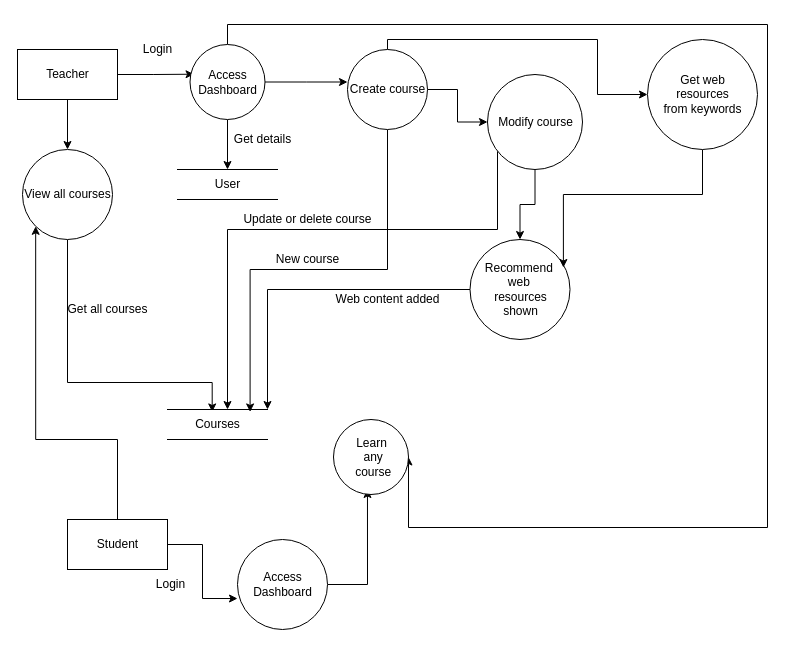
This is 2nd-level-dfds.drawio from Amruta789/Online-Educational-Resources-Recommender, a draw.io file, before an edit. Source tidied: cells renumbered, new cells numbered last; positions are measured from the earlier drawing's top-left corner, leaving out a move shared by most shapes. Both pictures are drawn from the tidied source at 100%, with x=0, y=0 at pixel (17, 24).
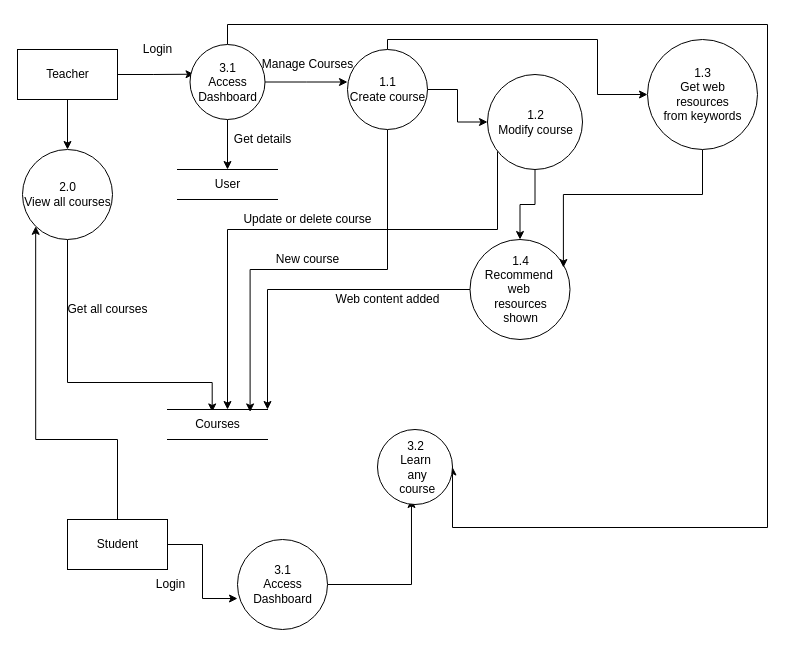
The same page after the edit.

The edit, as a diff of the source:
```diff
@@
-    <mxCell id="8" value="Access&lt;br&gt;Dashboard" style="shape=ellipse;html=1;dashed=0;whitespace=wrap;perimeter=ellipsePerimeter;" parent="1" vertex="1">
+    <mxCell id="8" value="3.1&lt;br&gt;Access&lt;br&gt;Dashboard" style="shape=ellipse;html=1;dashed=0;whitespace=wrap;perimeter=ellipsePerimeter;" parent="1" vertex="1">
       <mxGeometry x="172.5" y="20" width="75" height="75" as="geometry" />
     </mxCell>
@@
-    <mxCell id="13" value="View all courses" style="shape=ellipse;html=1;dashed=0;whitespace=wrap;perimeter=ellipsePerimeter;" parent="1" vertex="1">
+    <mxCell id="13" value="2.0&lt;br&gt;View all courses" style="shape=ellipse;html=1;dashed=0;whitespace=wrap;perimeter=ellipsePerimeter;" parent="1" vertex="1">
       <mxGeometry x="5" y="125" width="90" height="90" as="geometry" />
     </mxCell>
@@
-    <mxCell id="19" value="Create course" style="shape=ellipse;html=1;dashed=0;whitespace=wrap;perimeter=ellipsePerimeter;" parent="1" vertex="1">
+    <mxCell id="19" value="1.1&lt;br&gt;Create course" style="shape=ellipse;html=1;dashed=0;whitespace=wrap;perimeter=ellipsePerimeter;" parent="1" vertex="1">
       <mxGeometry x="330" y="25" width="80" height="80" as="geometry" />
     </mxCell>
@@
-    <mxCell id="22" value="Modify course" style="shape=ellipse;html=1;dashed=0;whitespace=wrap;perimeter=ellipsePerimeter;" parent="1" vertex="1">
+    <mxCell id="22" value="1.2&lt;br&gt;Modify course" style="shape=ellipse;html=1;dashed=0;whitespace=wrap;perimeter=ellipsePerimeter;" parent="1" vertex="1">
       <mxGeometry x="470" y="50" width="95" height="95" as="geometry" />
     </mxCell>
@@
-    <mxCell id="24" value="Recommend&amp;nbsp;&lt;br&gt;web&amp;nbsp;&lt;br&gt;resources&lt;br&gt;shown" style="shape=ellipse;html=1;dashed=0;whitespace=wrap;perimeter=ellipsePerimeter;" parent="1" vertex="1">
+    <mxCell id="24" value="1.4&lt;br&gt;Recommend&amp;nbsp;&lt;br&gt;web&amp;nbsp;&lt;br&gt;resources&lt;br&gt;shown" style="shape=ellipse;html=1;dashed=0;whitespace=wrap;perimeter=ellipsePerimeter;" parent="1" vertex="1">
       <mxGeometry x="452.5" y="215" width="100" height="100" as="geometry" />
     </mxCell>
@@
-    <mxCell id="26" value="Get web&lt;br&gt;resources&lt;br&gt;from keywords" style="shape=ellipse;html=1;dashed=0;whitespace=wrap;perimeter=ellipsePerimeter;" parent="1" vertex="1">
+    <mxCell id="26" value="1.3&lt;br&gt;Get web&lt;br&gt;resources&lt;br&gt;from keywords" style="shape=ellipse;html=1;dashed=0;whitespace=wrap;perimeter=ellipsePerimeter;" parent="1" vertex="1">
       <mxGeometry x="630" y="15" width="110" height="110" as="geometry" />
     </mxCell>
@@
-    <mxCell id="34" value="Access&lt;br&gt;Dashboard" style="shape=ellipse;html=1;dashed=0;whitespace=wrap;perimeter=ellipsePerimeter;" parent="1" vertex="1">
+    <mxCell id="34" value="3.1&lt;br&gt;Access&lt;br&gt;Dashboard" style="shape=ellipse;html=1;dashed=0;whitespace=wrap;perimeter=ellipsePerimeter;" parent="1" vertex="1">
       <mxGeometry x="220" y="515" width="90" height="90" as="geometry" />
     </mxCell>
-    <mxCell id="35" value="Learn&lt;br&gt;&amp;nbsp;any&lt;br&gt;&amp;nbsp;course" style="shape=ellipse;html=1;dashed=0;whitespace=wrap;perimeter=ellipsePerimeter;" parent="1" vertex="1">
-      <mxGeometry x="316" y="395" width="75" height="75" as="geometry" />
+    <mxCell id="35" value="3.2&lt;br&gt;Learn&lt;br&gt;&amp;nbsp;any&lt;br&gt;&amp;nbsp;course" style="shape=ellipse;html=1;dashed=0;whitespace=wrap;perimeter=ellipsePerimeter;" parent="1" vertex="1">
+      <mxGeometry x="360" y="405" width="75" height="75" as="geometry" />
     </mxCell>
@@
+    <mxCell id="37" value="Manage Courses" style="text;html=1;align=center;verticalAlign=middle;strokeColor=none;" parent="1" vertex="1">
+      <mxGeometry x="235" y="30" width="110" height="20" as="geometry" />
+    </mxCell>
```
